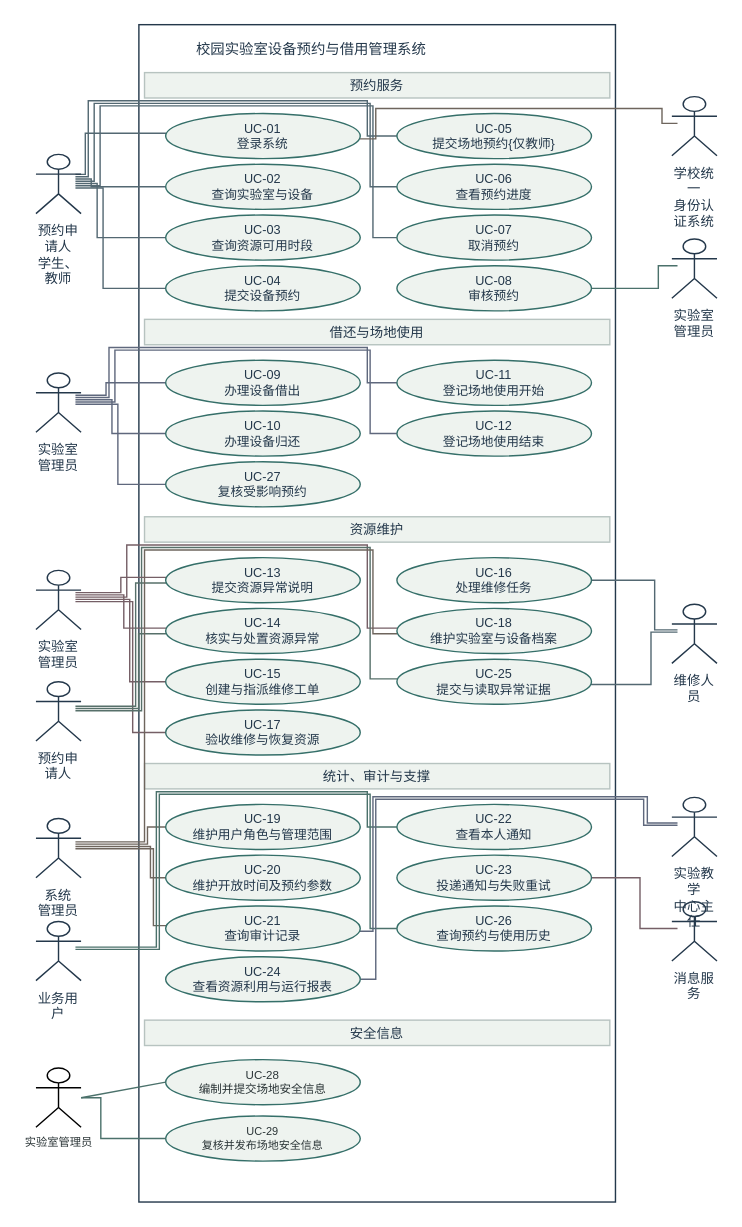
Earlier version of the draw.io diagram models/图形源文件/图4-1-系统总用例图.drawio (yvming67-gif/campus-lab-equipment-manager). Source tidied: cells renumbered, new cells numbered last; positions are measured from the earlier drawing's top-left corner, leaving out a move shared by most shapes. Both pictures are drawn from the tidied source at 141%, with x=0, y=0 at pixel (35, 24).
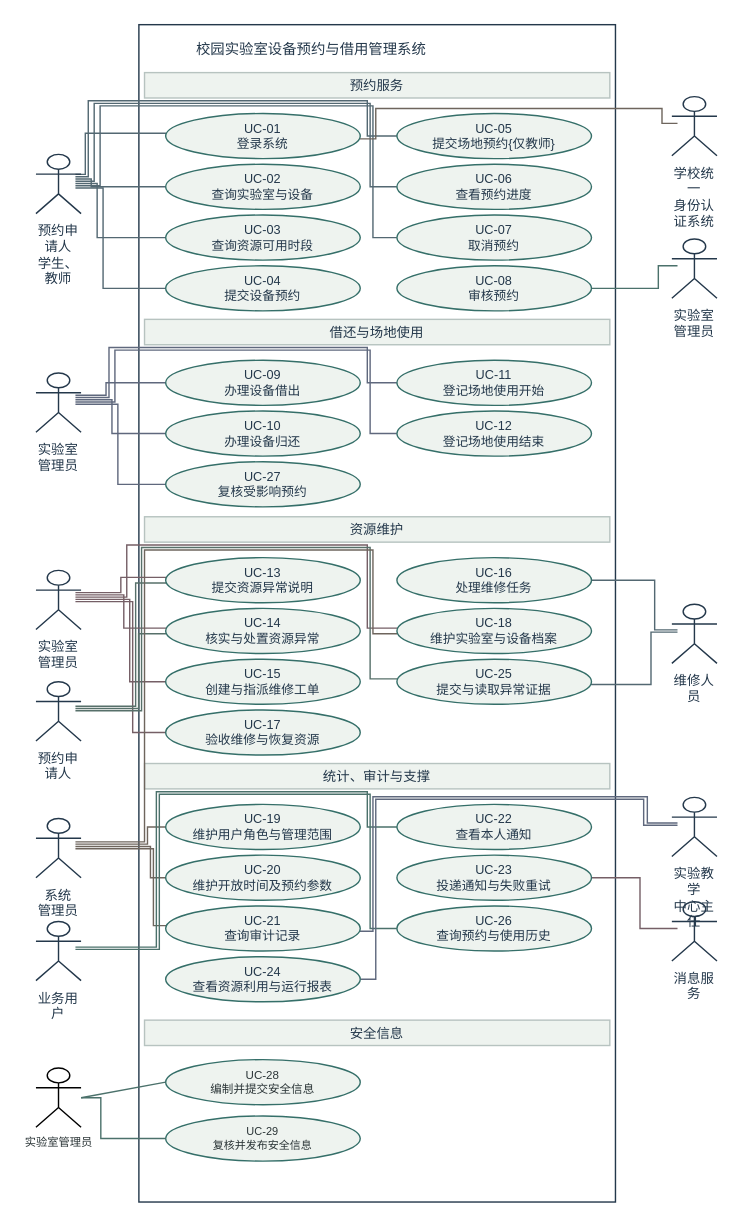
The same page after the edit.

The edit, as a diff of the source:
```diff
@@
-    <mxCell id="80" value="UC-28&lt;br&gt;编制并提交场地安全信息" style="ellipse;strokeColor=#356f69;fillColor=#eef3ef;whiteSpace=wrap;html=1;fontFamily=Microsoft YaHei;fontSize=8.2;fontColor=#2a3436;" parent="1" vertex="1">
+    <mxCell id="80" value="UC-28&lt;br&gt;编制并提交安全信息" style="ellipse;strokeColor=#356f69;fillColor=#eef3ef;whiteSpace=wrap;html=1;fontFamily=Microsoft YaHei;fontSize=8.2;fontColor=#2a3436;" parent="1" vertex="1">
       <mxGeometry x="92" y="734" width="138" height="32" as="geometry" />
     </mxCell>
-    <mxCell id="81" value="UC-29&lt;br&gt;复核并发布场地安全信息" style="ellipse;strokeColor=#356f69;fillColor=#eef3ef;whiteSpace=wrap;html=1;fontFamily=Microsoft YaHei;fontSize=7.8;fontColor=#2a3436;" parent="1" vertex="1">
+    <mxCell id="81" value="UC-29&lt;br&gt;复核并发布安全信息" style="ellipse;strokeColor=#356f69;fillColor=#eef3ef;whiteSpace=wrap;html=1;fontFamily=Microsoft YaHei;fontSize=7.8;fontColor=#2a3436;" parent="1" vertex="1">
       <mxGeometry x="92" y="774" width="138" height="32" as="geometry" />
     </mxCell>
```
